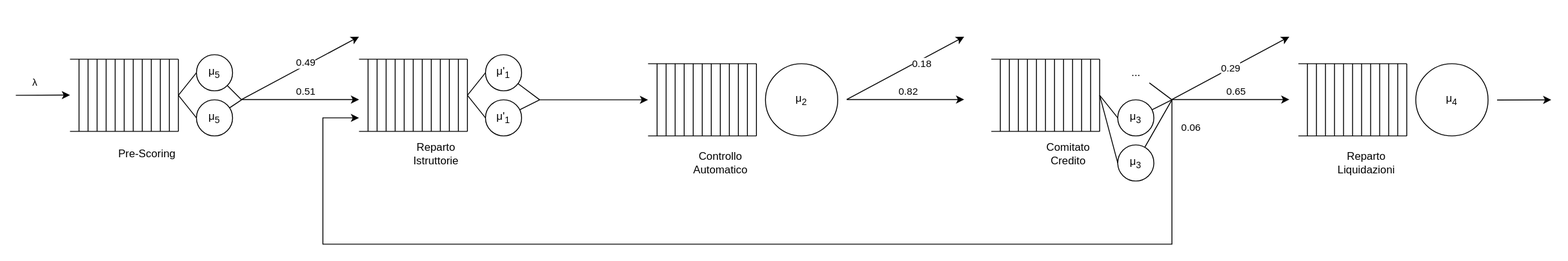
The draw.io diagram files/improved.svg in EdoMan000/PMCSN_Proj, before a commit. Source tidied: cells renumbered, new cells last; positions are measured from the earlier drawing's top-left corner, leaving out a move shared by most shapes.
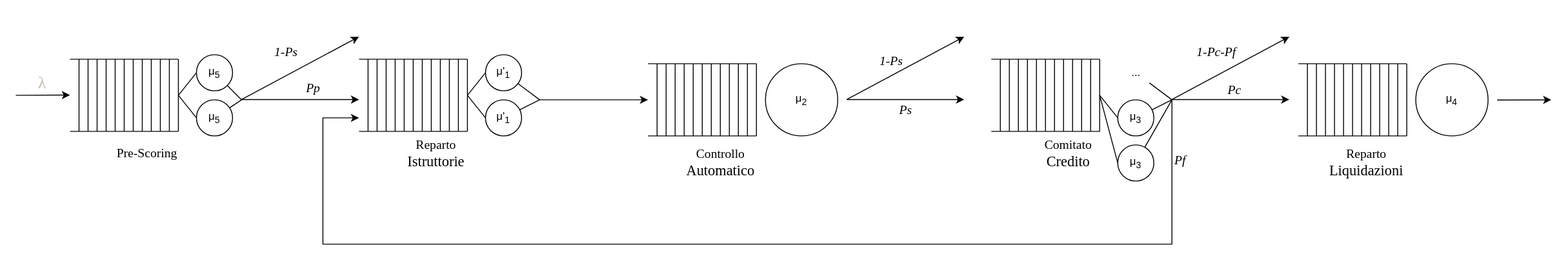
After the change.

Commit message:
modified schemes and time in Comitato to 480

Change to the diagram source:
```diff
@@ -211,8 +211,8 @@
         <mxPoint x="120" y="95" as="sourcePoint" />
       </mxGeometry>
     </mxCell>
-    <mxCell id="41" value="&lt;div&gt;Reparto&lt;/div&gt;&lt;div&gt;Istruttorie&lt;br&gt;&lt;/div&gt;" style="text;html=1;align=center;verticalAlign=middle;strokeColor=none;fillColor=none;" parent="19" vertex="1">
-      <mxGeometry x="50" y="140" width="70" height="40" as="geometry" />
+    <mxCell id="41" value="&lt;div&gt;&lt;font style=&quot;font-size: 14px;&quot; face=&quot;Times New Roman&quot;&gt;Reparto&lt;/font&gt;&lt;/div&gt;&lt;div&gt;&lt;font size=&quot;3&quot; face=&quot;PSsuFNNezsj7edw8DUx-&quot;&gt;Istruttorie&lt;/font&gt;&lt;br&gt;&lt;/div&gt;" style="text;html=1;align=center;verticalAlign=middle;strokeColor=none;fillColor=none;" parent="19" vertex="1">
+      <mxGeometry x="40" y="135" width="90" height="50" as="geometry" />
     </mxCell>
     <mxCell id="42" style="endArrow=classic;html=1;rounded=0;" parent="1" edge="1">
       <mxGeometry relative="1" as="geometry">
@@ -226,40 +226,24 @@
         <mxPoint x="1050" y="99.7" as="targetPoint" />
       </mxGeometry>
     </mxCell>
-    <mxCell id="44" value="0.82" style="edgeLabel;html=1;align=center;verticalAlign=middle;" parent="43" vertex="1">
-      <mxGeometry x="0.02" y="-1" relative="1" as="geometry">
-        <mxPoint y="-11" as="offset" />
-      </mxGeometry>
-    </mxCell>
     <mxCell id="45" style="endArrow=classic;html=1;rounded=0;endFill=1;" parent="1" edge="1">
       <mxGeometry relative="1" as="geometry">
         <mxPoint x="920" y="99.7" as="sourcePoint" />
         <mxPoint x="1050" y="30" as="targetPoint" />
       </mxGeometry>
     </mxCell>
-    <mxCell id="46" value="0.18" style="edgeLabel;html=1;align=center;verticalAlign=middle;" parent="45" vertex="1">
-      <mxGeometry x="0.24" y="-3" relative="1" as="geometry" />
-    </mxCell>
     <mxCell id="47" style="endArrow=classic;html=1;rounded=0;" parent="1" edge="1">
       <mxGeometry relative="1" as="geometry">
         <mxPoint x="1280" y="99.7" as="sourcePoint" />
         <mxPoint x="1410" y="99.7" as="targetPoint" />
       </mxGeometry>
     </mxCell>
-    <mxCell id="48" value="0.65" style="edgeLabel;html=1;align=center;verticalAlign=middle;" parent="47" vertex="1">
-      <mxGeometry x="-0.11" y="-1" relative="1" as="geometry">
-        <mxPoint x="12" y="-11" as="offset" />
-      </mxGeometry>
-    </mxCell>
     <mxCell id="49" style="endArrow=classic;html=1;rounded=0;" parent="1" edge="1">
       <mxGeometry relative="1" as="geometry">
         <mxPoint x="1280" y="99.7" as="sourcePoint" />
         <mxPoint x="1410" y="30" as="targetPoint" />
       </mxGeometry>
     </mxCell>
-    <mxCell id="50" value="0.29" style="edgeLabel;html=1;align=center;verticalAlign=middle;" parent="49" vertex="1">
-      <mxGeometry y="1" relative="1" as="geometry" />
-    </mxCell>
     <mxCell id="51" style="endArrow=classic;html=1;rounded=0;" parent="1" edge="1">
       <mxGeometry relative="1" as="geometry">
         <mxPoint x="1280" y="100" as="sourcePoint" />
@@ -271,11 +255,6 @@
         </Array>
       </mxGeometry>
     </mxCell>
-    <mxCell id="52" value="0.06" style="edgeLabel;html=1;align=center;verticalAlign=middle;" parent="51" vertex="1">
-      <mxGeometry x="0.29" relative="1" as="geometry">
-        <mxPoint x="685" y="-130" as="offset" />
-      </mxGeometry>
-    </mxCell>
     <mxCell id="53" style="group;" parent="1" vertex="1">
       <mxGeometry x="1420" y="60" width="210" height="80" as="geometry" />
     </mxCell>
@@ -485,7 +464,7 @@
         <mxPoint x="120" y="95" as="sourcePoint" />
       </mxGeometry>
     </mxCell>
-    <mxCell id="92" value="Pre-Scoring" style="text;html=1;align=center;verticalAlign=middle;strokeColor=none;fillColor=none;" parent="70" vertex="1">
+    <mxCell id="92" value="&lt;font style=&quot;font-size: 14px;&quot; face=&quot;Times New Roman&quot;&gt;Pre-Scoring&lt;/font&gt;" style="text;html=1;align=center;verticalAlign=middle;strokeColor=none;fillColor=none;" parent="70" vertex="1">
       <mxGeometry x="40" y="145" width="90" height="30" as="geometry" />
     </mxCell>
     <mxCell id="93" style="endArrow=classic;html=1;rounded=0;" parent="1" edge="1">
@@ -494,31 +473,18 @@
         <mxPoint x="380" y="99.7" as="targetPoint" />
       </mxGeometry>
     </mxCell>
-    <mxCell id="94" value="0.51" style="edgeLabel;html=1;align=center;verticalAlign=middle;" parent="93" vertex="1">
-      <mxGeometry x="-0.31" y="3" relative="1" as="geometry">
-        <mxPoint x="25" y="-7" as="offset" />
-      </mxGeometry>
-    </mxCell>
     <mxCell id="95" style="endArrow=classic;html=1;rounded=0;" parent="1" edge="1">
       <mxGeometry relative="1" as="geometry">
         <mxPoint y="95" as="sourcePoint" />
         <mxPoint x="60" y="94.7" as="targetPoint" />
       </mxGeometry>
     </mxCell>
-    <mxCell id="96" value="λ" style="edgeLabel;html=1;align=center;verticalAlign=middle;" parent="95" vertex="1">
-      <mxGeometry x="-0.31" y="1" relative="1" as="geometry">
-        <mxPoint y="-14" as="offset" />
-      </mxGeometry>
-    </mxCell>
     <mxCell id="97" style="endArrow=classic;html=1;rounded=0;" parent="1" edge="1">
       <mxGeometry relative="1" as="geometry">
         <mxPoint x="250" y="99.7" as="sourcePoint" />
         <mxPoint x="380" y="30" as="targetPoint" />
       </mxGeometry>
     </mxCell>
-    <mxCell id="98" value="0.49" style="edgeLabel;html=1;align=center;verticalAlign=middle;" parent="97" vertex="1">
-      <mxGeometry x="0.12" y="3" relative="1" as="geometry" />
-    </mxCell>
     <mxCell id="99" style="endArrow=classic;html=1;rounded=0;" parent="1" edge="1">
       <mxGeometry relative="1" as="geometry">
         <mxPoint x="1640" y="100.3" as="sourcePoint" />
@@ -649,14 +615,59 @@
     <mxCell id="123" value="..." style="text;html=1;align=center;verticalAlign=middle;points=[];strokeColor=none;fillColor=none;" parent="100" vertex="1">
       <mxGeometry x="145" y="55" width="30" height="30" as="geometry" />
     </mxCell>
-    <mxCell id="124" value="&lt;div&gt;Comitato&lt;/div&gt;&lt;div&gt;Credito&lt;br&gt;&lt;/div&gt;" style="text;html=1;align=center;verticalAlign=middle;strokeColor=none;fillColor=none;" parent="100" vertex="1">
-      <mxGeometry x="50" y="140" width="70" height="40" as="geometry" />
+    <mxCell id="124" value="&lt;div&gt;&lt;font style=&quot;font-size: 14px;&quot; face=&quot;Times New Roman&quot;&gt;Comitato&lt;/font&gt;&lt;/div&gt;&lt;div&gt;&lt;font size=&quot;3&quot; face=&quot;v9Gaz_5ySfZu8NXBcOw0&quot;&gt;Credito&lt;/font&gt;&lt;br&gt;&lt;/div&gt;" style="text;html=1;align=center;verticalAlign=middle;strokeColor=none;fillColor=none;" parent="100" vertex="1">
+      <mxGeometry x="45" y="135" width="80" height="50" as="geometry" />
     </mxCell>
-    <mxCell id="125" value="&lt;div&gt;Controllo&lt;/div&gt;&lt;div&gt;Automatico&lt;br&gt;&lt;/div&gt;" style="text;html=1;align=center;verticalAlign=middle;strokeColor=none;fillColor=none;" parent="1" vertex="1">
-      <mxGeometry x="740" y="150" width="80" height="40" as="geometry" />
+    <mxCell id="125" value="&lt;div&gt;&lt;font style=&quot;font-size: 14px;&quot; face=&quot;Times New Roman&quot;&gt;Controllo&lt;/font&gt;&lt;/div&gt;&lt;div&gt;&lt;font size=&quot;3&quot; face=&quot;CE1NQBjsTupuh3M6kEx5&quot;&gt;Automatico&lt;/font&gt;&lt;br&gt;&lt;/div&gt;" style="text;html=1;align=center;verticalAlign=middle;strokeColor=none;fillColor=none;" parent="1" vertex="1">
+      <mxGeometry x="730" y="145" width="100" height="50" as="geometry" />
     </mxCell>
-    <mxCell id="126" value="&lt;div&gt;Reparto&lt;/div&gt;&lt;div&gt;Liquidazioni&lt;br&gt;&lt;/div&gt;" style="text;html=1;align=center;verticalAlign=middle;strokeColor=none;fillColor=none;" parent="1" vertex="1">
-      <mxGeometry x="1450" y="150" width="90" height="40" as="geometry" />
+    <mxCell id="126" value="&lt;div&gt;&lt;font style=&quot;font-size: 14px;&quot; face=&quot;Times New Roman&quot;&gt;Reparto&lt;/font&gt;&lt;/div&gt;&lt;div&gt;&lt;font size=&quot;3&quot; face=&quot;DiXe_PQlN059Bw3vPnrK&quot;&gt;Liquidazioni&lt;/font&gt;&lt;br&gt;&lt;/div&gt;" style="text;html=1;align=center;verticalAlign=middle;strokeColor=none;fillColor=none;" parent="1" vertex="1">
+      <mxGeometry x="1440" y="145" width="110" height="50" as="geometry" />
     </mxCell>
+    <mxCell id="127" value="&lt;span style=&quot;font-family: monospace; font-size: 0px; text-align: start; background-color: rgb(26, 28, 30); --darkreader-inline-bgcolor: #151718;&quot;&gt;%3CmxGraphModel%3E%3Croot%3E%3CmxCell%20id%3D%220%22%2F%3E%3CmxCell%20id%3D%221%22%20parent%3D%220%22%2F%3E%3CmxCell%20id%3D%222%22%20value%3D%22%26lt%3Bi%20style%3D%26quot%3Bfont-family%3A%20%26amp%3Bquot%3BCourier%20New%26amp%3Bquot%3B%3B%20font-size%3A%2014px%3B%26quot%3B%26gt%3B1-Ps%26lt%3B%2Fi%26gt%3B%22%20style%3D%22edgeLabel%3Bhtml%3D1%3Balign%3Dcenter%3BverticalAlign%3Dmiddle%3Bresizable%3D0%3Bpoints%3D%5B%5D%3B%22%20connectable%3D%220%22%20vertex%3D%221%22%20parent%3D%221%22%3E%3CmxGeometry%20x%3D%22720%22%20y%3D%22285.00000000000006%22%20as%3D%22geometry%22%3E%3CmxPoint%20x%3D%22-12%22%20y%3D%22-14%22%20as%3D%22offset%22%2F%3E%3C%2FmxGeometry%3E%3C%2FmxCell%3E%3C%2Froot%3E%3C%2FmxGraphModel%3E&lt;/span&gt;" style="edgeLabel;html=1;align=center;verticalAlign=middle;" parent="1" vertex="1">
+      <mxGeometry x="300" y="10" as="geometry">
+        <mxPoint x="14" y="4" as="offset" />
+      </mxGeometry>
+    </mxCell>
+    <mxCell id="128" value="&lt;i style=&quot;font-size: 14px;&quot;&gt;&lt;font face=&quot;Times New Roman&quot;&gt;1-Ps&lt;/font&gt;&lt;/i&gt;" style="edgeLabel;html=1;align=center;verticalAlign=middle;" parent="1" vertex="1">
+      <mxGeometry x="310" y="60" as="geometry">
+        <mxPoint x="-12" y="-14" as="offset" />
+      </mxGeometry>
+    </mxCell>
+    <mxCell id="129" value="&lt;i style=&quot;font-size: 14px;&quot;&gt;&lt;font face=&quot;Times New Roman&quot;&gt;Pp&lt;/font&gt;&lt;/i&gt;" style="edgeLabel;html=1;align=center;verticalAlign=middle;" parent="1" vertex="1">
+      <mxGeometry x="340" y="100" as="geometry">
+        <mxPoint x="-12" y="-14" as="offset" />
+      </mxGeometry>
+    </mxCell>
+    <mxCell id="130" value="&lt;i style=&quot;font-size: 14px;&quot;&gt;&lt;font face=&quot;Times New Roman&quot;&gt;Ps&lt;/font&gt;&lt;/i&gt;" style="edgeLabel;html=1;align=center;verticalAlign=middle;" parent="1" vertex="1">
+      <mxGeometry x="996" y="124" as="geometry">
+        <mxPoint x="-12" y="-14" as="offset" />
+      </mxGeometry>
+    </mxCell>
+    <mxCell id="131" value="&lt;i style=&quot;font-size: 14px;&quot;&gt;&lt;font face=&quot;Times New Roman&quot;&gt;1-Ps&lt;/font&gt;&lt;/i&gt;" style="edgeLabel;html=1;align=center;verticalAlign=middle;" parent="1" vertex="1">
+      <mxGeometry x="980" y="70" as="geometry">
+        <mxPoint x="-12" y="-14" as="offset" />
+      </mxGeometry>
+    </mxCell>
+    <mxCell id="132" value="&lt;i style=&quot;font-size: 14px;&quot;&gt;&lt;font face=&quot;Times New Roman&quot;&gt;Pf&lt;/font&gt;&lt;/i&gt;" style="edgeLabel;html=1;align=center;verticalAlign=middle;" parent="1" vertex="1">
+      <mxGeometry x="1300" y="180" as="geometry">
+        <mxPoint x="-12" y="-14" as="offset" />
+      </mxGeometry>
+    </mxCell>
+    <mxCell id="133" value="&lt;i style=&quot;font-size: 14px;&quot;&gt;&lt;font face=&quot;Times New Roman&quot;&gt;Pc&lt;/font&gt;&lt;/i&gt;" style="edgeLabel;html=1;align=center;verticalAlign=middle;" parent="1" vertex="1">
+      <mxGeometry x="1360" y="102" as="geometry">
+        <mxPoint x="-12" y="-14" as="offset" />
+      </mxGeometry>
+    </mxCell>
+    <mxCell id="134" value="&lt;i style=&quot;font-size: 14px;&quot;&gt;&lt;font face=&quot;Times New Roman&quot;&gt;1-Pc-Pf&lt;/font&gt;&lt;/i&gt;" style="edgeLabel;html=1;align=center;verticalAlign=middle;" parent="1" vertex="1">
+      <mxGeometry x="1340" y="60" as="geometry">
+        <mxPoint x="-12" y="-14" as="offset" />
+      </mxGeometry>
+    </mxCell>
+    <mxCell id="96" value="&lt;div style=&quot;text-align: left;&quot;&gt;&lt;span style=&quot;background-color: rgb(255, 255, 255); font-size: 18px; text-wrap: wrap; --darkreader-inline-bgcolor: #181a1b;&quot;&gt;&lt;font style=&quot;--darkreader-inline-color: #bdb7ae;&quot; face=&quot;Times New Roman&quot; color=&quot;#c1bcb4&quot;&gt;λ&lt;/font&gt;&lt;/span&gt;&lt;/div&gt;" style="edgeLabel;html=1;align=center;verticalAlign=middle;" parent="1" vertex="1">
+      <mxGeometry x="40" y="95" as="geometry">
+        <mxPoint x="-12" y="-14" as="offset" />
+      </mxGeometry>
+    </mxCell>
   </root>
 </mxGraphModel>
```
